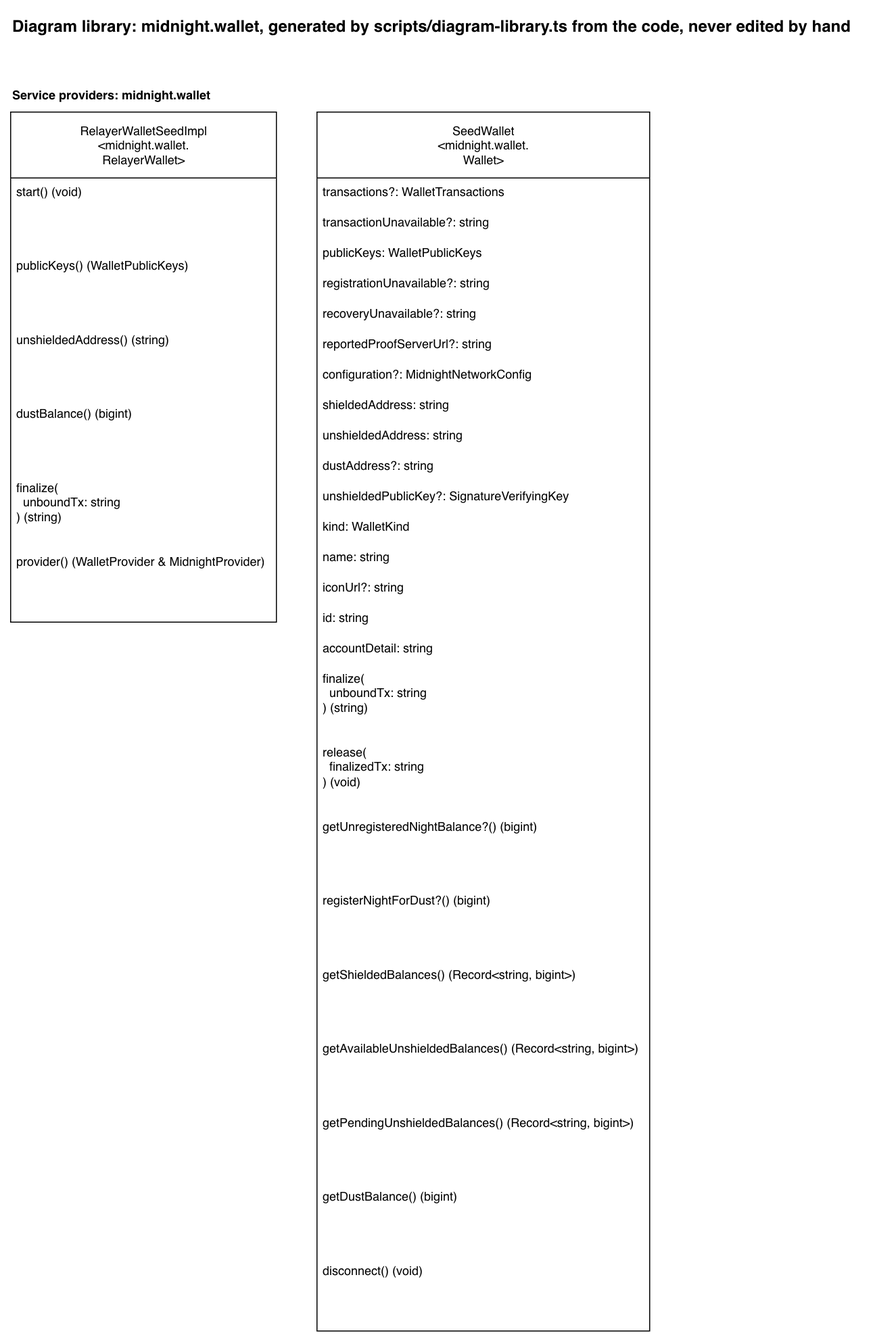
sig-net/full-stack-demo keeps this draw.io diagram as docs/diagram-library/midnight/wallet/diagram-library.drawio.png. Above is the earlier version. Source tidied: cells renumbered, new cells last; positions are measured from the earlier drawing's top-left corner, leaving out a move shared by most shapes.
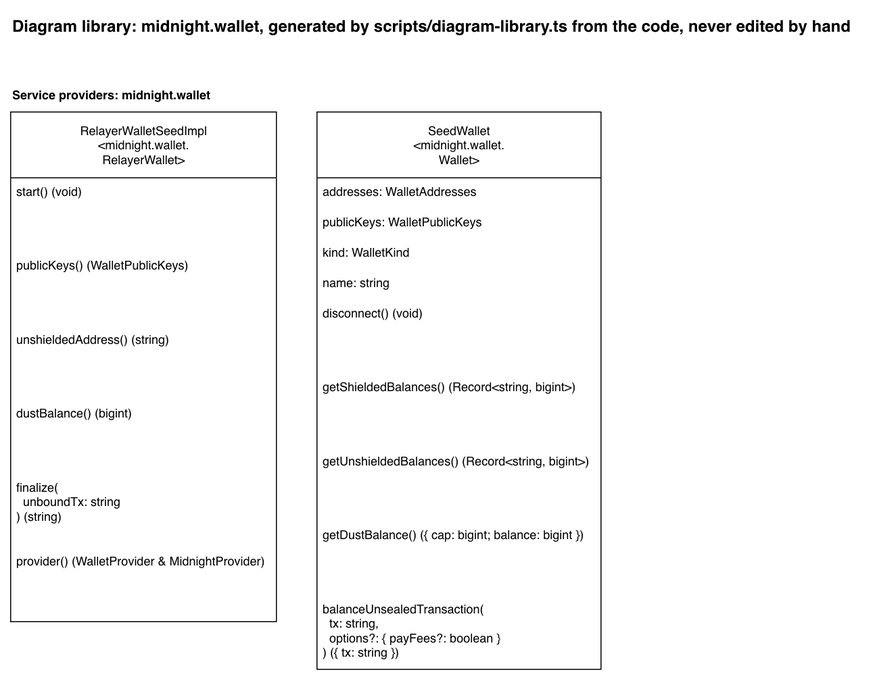
Above is the later version.

Diff of the diagram source:
```diff
@@ -30,82 +30,34 @@
       <mxGeometry y="430" width="262" height="73" as="geometry" />
     </mxCell>
     <mxCell id="11" value="SeedWallet&lt;br&gt;&amp;lt;midnight.wallet.&lt;br&gt;Wallet&amp;gt;" style="swimlane;fontStyle=0;horizontal=1;startSize=65;fillColor=default;html=1;fillStyle=solid;" parent="1" vertex="1">
-      <mxGeometry x="302" y="100" width="328" height="1202" as="geometry" />
+      <mxGeometry x="302" y="100" width="280" height="550" as="geometry" />
     </mxCell>
-    <mxCell id="12" value="transactions?: WalletTransactions" style="text;strokeColor=none;fillColor=none;align=left;verticalAlign=top;spacingLeft=4;spacingRight=4;overflow=hidden;whiteSpace=wrap;html=1;" parent="11" vertex="1">
-      <mxGeometry y="65" width="328" height="30" as="geometry" />
-    </mxCell>
-    <mxCell id="13" value="transactionUnavailable?: string" style="text;strokeColor=none;fillColor=none;align=left;verticalAlign=top;spacingLeft=4;spacingRight=4;overflow=hidden;whiteSpace=wrap;html=1;" parent="11" vertex="1">
-      <mxGeometry y="95" width="328" height="30" as="geometry" />
-    </mxCell>
+    <mxCell id="37" value="addresses: WalletAddresses" style="text;strokeColor=none;fillColor=none;align=left;verticalAlign=top;spacingLeft=4;spacingRight=4;overflow=hidden;whiteSpace=wrap;html=1;" parent="11" vertex="1">
+      <mxGeometry y="65" width="280" height="30" as="geometry" />
+    </mxCell>
     <mxCell id="14" value="publicKeys: WalletPublicKeys" style="text;strokeColor=none;fillColor=none;align=left;verticalAlign=top;spacingLeft=4;spacingRight=4;overflow=hidden;whiteSpace=wrap;html=1;" parent="11" vertex="1">
-      <mxGeometry y="125" width="328" height="30" as="geometry" />
+      <mxGeometry y="95" width="280" height="30" as="geometry" />
     </mxCell>
-    <mxCell id="15" value="registrationUnavailable?: string" style="text;strokeColor=none;fillColor=none;align=left;verticalAlign=top;spacingLeft=4;spacingRight=4;overflow=hidden;whiteSpace=wrap;html=1;" parent="11" vertex="1">
-      <mxGeometry y="155" width="328" height="30" as="geometry" />
-    </mxCell>
-    <mxCell id="16" value="recoveryUnavailable?: string" style="text;strokeColor=none;fillColor=none;align=left;verticalAlign=top;spacingLeft=4;spacingRight=4;overflow=hidden;whiteSpace=wrap;html=1;" parent="11" vertex="1">
-      <mxGeometry y="185" width="328" height="30" as="geometry" />
-    </mxCell>
-    <mxCell id="17" value="reportedProofServerUrl?: string" style="text;strokeColor=none;fillColor=none;align=left;verticalAlign=top;spacingLeft=4;spacingRight=4;overflow=hidden;whiteSpace=wrap;html=1;" parent="11" vertex="1">
-      <mxGeometry y="215" width="328" height="30" as="geometry" />
-    </mxCell>
-    <mxCell id="18" value="configuration?: MidnightNetworkConfig" style="text;strokeColor=none;fillColor=none;align=left;verticalAlign=top;spacingLeft=4;spacingRight=4;overflow=hidden;whiteSpace=wrap;html=1;" parent="11" vertex="1">
-      <mxGeometry y="245" width="328" height="30" as="geometry" />
-    </mxCell>
-    <mxCell id="19" value="shieldedAddress: string" style="text;strokeColor=none;fillColor=none;align=left;verticalAlign=top;spacingLeft=4;spacingRight=4;overflow=hidden;whiteSpace=wrap;html=1;" parent="11" vertex="1">
-      <mxGeometry y="275" width="328" height="30" as="geometry" />
-    </mxCell>
-    <mxCell id="20" value="unshieldedAddress: string" style="text;strokeColor=none;fillColor=none;align=left;verticalAlign=top;spacingLeft=4;spacingRight=4;overflow=hidden;whiteSpace=wrap;html=1;" parent="11" vertex="1">
-      <mxGeometry y="305" width="328" height="30" as="geometry" />
-    </mxCell>
-    <mxCell id="21" value="dustAddress?: string" style="text;strokeColor=none;fillColor=none;align=left;verticalAlign=top;spacingLeft=4;spacingRight=4;overflow=hidden;whiteSpace=wrap;html=1;" parent="11" vertex="1">
-      <mxGeometry y="335" width="328" height="30" as="geometry" />
-    </mxCell>
-    <mxCell id="22" value="unshieldedPublicKey?: SignatureVerifyingKey" style="text;strokeColor=none;fillColor=none;align=left;verticalAlign=top;spacingLeft=4;spacingRight=4;overflow=hidden;whiteSpace=wrap;html=1;" parent="11" vertex="1">
-      <mxGeometry y="365" width="328" height="30" as="geometry" />
-    </mxCell>
     <mxCell id="23" value="kind: WalletKind" style="text;strokeColor=none;fillColor=none;align=left;verticalAlign=top;spacingLeft=4;spacingRight=4;overflow=hidden;whiteSpace=wrap;html=1;" parent="11" vertex="1">
-      <mxGeometry y="395" width="328" height="30" as="geometry" />
+      <mxGeometry y="125" width="280" height="30" as="geometry" />
     </mxCell>
     <mxCell id="24" value="name: string" style="text;strokeColor=none;fillColor=none;align=left;verticalAlign=top;spacingLeft=4;spacingRight=4;overflow=hidden;whiteSpace=wrap;html=1;" parent="11" vertex="1">
-      <mxGeometry y="425" width="328" height="30" as="geometry" />
+      <mxGeometry y="155" width="280" height="30" as="geometry" />
     </mxCell>
-    <mxCell id="25" value="iconUrl?: string" style="text;strokeColor=none;fillColor=none;align=left;verticalAlign=top;spacingLeft=4;spacingRight=4;overflow=hidden;whiteSpace=wrap;html=1;" parent="11" vertex="1">
-      <mxGeometry y="455" width="328" height="30" as="geometry" />
-    </mxCell>
-    <mxCell id="26" value="id: string" style="text;strokeColor=none;fillColor=none;align=left;verticalAlign=top;spacingLeft=4;spacingRight=4;overflow=hidden;whiteSpace=wrap;html=1;" parent="11" vertex="1">
-      <mxGeometry y="485" width="328" height="30" as="geometry" />
-    </mxCell>
-    <mxCell id="27" value="accountDetail: string" style="text;strokeColor=none;fillColor=none;align=left;verticalAlign=top;spacingLeft=4;spacingRight=4;overflow=hidden;whiteSpace=wrap;html=1;" parent="11" vertex="1">
-      <mxGeometry y="515" width="328" height="30" as="geometry" />
-    </mxCell>
-    <mxCell id="28" value="finalize(&lt;br&gt;&amp;nbsp; unboundTx: string&lt;br&gt;) (string)" style="text;strokeColor=none;fillColor=none;align=left;verticalAlign=top;spacingLeft=4;spacingRight=4;overflow=hidden;whiteSpace=wrap;html=1;" parent="11" vertex="1">
-      <mxGeometry y="545" width="328" height="73" as="geometry" />
-    </mxCell>
-    <mxCell id="29" value="release(&lt;br&gt;&amp;nbsp; finalizedTx: string&lt;br&gt;) (void)" style="text;strokeColor=none;fillColor=none;align=left;verticalAlign=top;spacingLeft=4;spacingRight=4;overflow=hidden;whiteSpace=wrap;html=1;" parent="11" vertex="1">
-      <mxGeometry y="618" width="328" height="73" as="geometry" />
-    </mxCell>
-    <mxCell id="30" value="getUnregisteredNightBalance?() (bigint)" style="text;strokeColor=none;fillColor=none;align=left;verticalAlign=top;spacingLeft=4;spacingRight=4;overflow=hidden;whiteSpace=wrap;html=1;" parent="11" vertex="1">
-      <mxGeometry y="691" width="328" height="73" as="geometry" />
-    </mxCell>
-    <mxCell id="31" value="registerNightForDust?() (bigint)" style="text;strokeColor=none;fillColor=none;align=left;verticalAlign=top;spacingLeft=4;spacingRight=4;overflow=hidden;whiteSpace=wrap;html=1;" parent="11" vertex="1">
-      <mxGeometry y="764" width="328" height="73" as="geometry" />
-    </mxCell>
+    <mxCell id="36" value="disconnect() (void)" style="text;strokeColor=none;fillColor=none;align=left;verticalAlign=top;spacingLeft=4;spacingRight=4;overflow=hidden;whiteSpace=wrap;html=1;" parent="11" vertex="1">
+      <mxGeometry y="185" width="280" height="73" as="geometry" />
+    </mxCell>
     <mxCell id="32" value="getShieldedBalances() (Record&amp;lt;string, bigint&amp;gt;)" style="text;strokeColor=none;fillColor=none;align=left;verticalAlign=top;spacingLeft=4;spacingRight=4;overflow=hidden;whiteSpace=wrap;html=1;" parent="11" vertex="1">
-      <mxGeometry y="837" width="328" height="73" as="geometry" />
+      <mxGeometry y="258" width="280" height="73" as="geometry" />
     </mxCell>
-    <mxCell id="33" value="getAvailableUnshieldedBalances() (Record&amp;lt;string, bigint&amp;gt;)" style="text;strokeColor=none;fillColor=none;align=left;verticalAlign=top;spacingLeft=4;spacingRight=4;overflow=hidden;whiteSpace=wrap;html=1;" parent="11" vertex="1">
-      <mxGeometry y="910" width="328" height="73" as="geometry" />
-    </mxCell>
-    <mxCell id="34" value="getPendingUnshieldedBalances() (Record&amp;lt;string, bigint&amp;gt;)" style="text;strokeColor=none;fillColor=none;align=left;verticalAlign=top;spacingLeft=4;spacingRight=4;overflow=hidden;whiteSpace=wrap;html=1;" parent="11" vertex="1">
-      <mxGeometry y="983" width="328" height="73" as="geometry" />
-    </mxCell>
+    <mxCell id="38" value="getUnshieldedBalances() (Record&amp;lt;string, bigint&amp;gt;)" style="text;strokeColor=none;fillColor=none;align=left;verticalAlign=top;spacingLeft=4;spacingRight=4;overflow=hidden;whiteSpace=wrap;html=1;" parent="11" vertex="1">
+      <mxGeometry y="331" width="280" height="73" as="geometry" />
+    </mxCell>
-    <mxCell id="35" value="getDustBalance() (bigint)" style="text;strokeColor=none;fillColor=none;align=left;verticalAlign=top;spacingLeft=4;spacingRight=4;overflow=hidden;whiteSpace=wrap;html=1;" parent="11" vertex="1">
-      <mxGeometry y="1056" width="328" height="73" as="geometry" />
+    <mxCell id="35" value="getDustBalance() ({ cap: bigint; balance: bigint })" style="text;strokeColor=none;fillColor=none;align=left;verticalAlign=top;spacingLeft=4;spacingRight=4;overflow=hidden;whiteSpace=wrap;html=1;" parent="11" vertex="1">
+      <mxGeometry y="404" width="280" height="73" as="geometry" />
     </mxCell>
-    <mxCell id="36" value="disconnect() (void)" style="text;strokeColor=none;fillColor=none;align=left;verticalAlign=top;spacingLeft=4;spacingRight=4;overflow=hidden;whiteSpace=wrap;html=1;" parent="11" vertex="1">
-      <mxGeometry y="1129" width="328" height="73" as="geometry" />
-    </mxCell>
+    <mxCell id="39" value="balanceUnsealedTransaction(&lt;br&gt;&amp;nbsp; tx: string,&lt;br&gt;&amp;nbsp; options?: { payFees?: boolean }&lt;br&gt;) ({ tx: string })" style="text;strokeColor=none;fillColor=none;align=left;verticalAlign=top;spacingLeft=4;spacingRight=4;overflow=hidden;whiteSpace=wrap;html=1;" parent="11" vertex="1">
+      <mxGeometry y="477" width="280" height="73" as="geometry" />
+    </mxCell>
   </root>
 </mxGraphModel>
```
